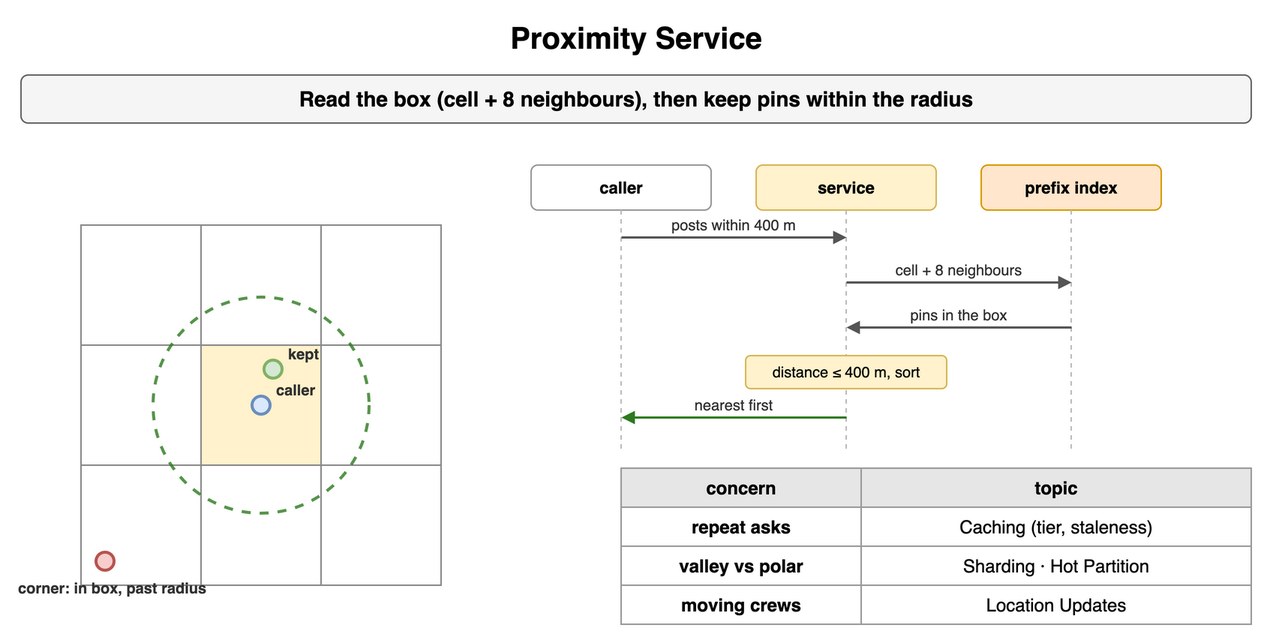
This is content/09_System_Design_Interview/20_Geospatial_and_Location_Based_Services/diagrams/geospatial-4-proximity-service.png from amendez13/swe-study-guide, a draw.io export, as it was before one commit. Source tidied: cells renumbered, new cells last; positions are measured from the earlier drawing's top-left corner, leaving out a move shared by most shapes. The source it was exported from:
```xml
<mxGraphModel>
  <root>
    <mxCell id="0" />
    <mxCell id="1" parent="0" />
    <mxCell id="2" value="Proximity Service" style="text;html=1;align=center;verticalAlign=middle;whiteSpace=wrap;fontSize=20;fontStyle=1;" parent="1" vertex="1">
      <mxGeometry x="4" width="820" height="30" as="geometry" />
    </mxCell>
    <mxCell id="3" value="Read the box (cell + 8 neighbours), then keep pins within the radius" style="rounded=1;whiteSpace=wrap;html=1;fillColor=#f5f5f5;strokeColor=#666666;fontStyle=1;fontSize=14;" parent="1" vertex="1">
      <mxGeometry x="4" y="40" width="820" height="32" as="geometry" />
    </mxCell>
    <mxCell id="4" style="rounded=0;whiteSpace=wrap;html=1;fillColor=#ffffff;strokeColor=#888888;fontSize=10;verticalAlign=top;align=left;spacingLeft=4;" parent="1" vertex="1">
      <mxGeometry x="44" y="300" width="80" height="80" as="geometry" />
    </mxCell>
    <mxCell id="5" style="rounded=0;whiteSpace=wrap;html=1;fillColor=#ffffff;strokeColor=#888888;fontSize=10;verticalAlign=top;align=left;spacingLeft=4;" parent="1" vertex="1">
      <mxGeometry x="44" y="220" width="80" height="80" as="geometry" />
    </mxCell>
    <mxCell id="6" style="rounded=0;whiteSpace=wrap;html=1;fillColor=#ffffff;strokeColor=#888888;fontSize=10;verticalAlign=top;align=left;spacingLeft=4;" parent="1" vertex="1">
      <mxGeometry x="44" y="140" width="80" height="80" as="geometry" />
    </mxCell>
    <mxCell id="7" style="rounded=0;whiteSpace=wrap;html=1;fillColor=#ffffff;strokeColor=#888888;fontSize=10;verticalAlign=top;align=left;spacingLeft=4;" parent="1" vertex="1">
      <mxGeometry x="124" y="300" width="80" height="80" as="geometry" />
    </mxCell>
    <mxCell id="8" style="rounded=0;whiteSpace=wrap;html=1;fillColor=#fff2cc;strokeColor=#888888;fontSize=10;verticalAlign=top;align=left;spacingLeft=4;" parent="1" vertex="1">
      <mxGeometry x="124" y="220" width="80" height="80" as="geometry" />
    </mxCell>
    <mxCell id="9" style="rounded=0;whiteSpace=wrap;html=1;fillColor=#ffffff;strokeColor=#888888;fontSize=10;verticalAlign=top;align=left;spacingLeft=4;" parent="1" vertex="1">
      <mxGeometry x="124" y="140" width="80" height="80" as="geometry" />
    </mxCell>
    <mxCell id="10" style="rounded=0;whiteSpace=wrap;html=1;fillColor=#ffffff;strokeColor=#888888;fontSize=10;verticalAlign=top;align=left;spacingLeft=4;" parent="1" vertex="1">
      <mxGeometry x="204" y="300" width="80" height="80" as="geometry" />
    </mxCell>
    <mxCell id="11" style="rounded=0;whiteSpace=wrap;html=1;fillColor=#ffffff;strokeColor=#888888;fontSize=10;verticalAlign=top;align=left;spacingLeft=4;" parent="1" vertex="1">
      <mxGeometry x="204" y="220" width="80" height="80" as="geometry" />
    </mxCell>
    <mxCell id="12" style="rounded=0;whiteSpace=wrap;html=1;fillColor=#ffffff;strokeColor=#888888;fontSize=10;verticalAlign=top;align=left;spacingLeft=4;" parent="1" vertex="1">
      <mxGeometry x="204" y="140" width="80" height="80" as="geometry" />
    </mxCell>
    <mxCell id="13" style="ellipse;fillColor=none;strokeColor=#2d7a1f;strokeWidth=2;dashed=1;opacity=80;" parent="1" vertex="1">
      <mxGeometry x="92" y="188" width="144" height="144" as="geometry" />
    </mxCell>
    <mxCell id="14" style="ellipse;fillColor=#dae8fc;strokeColor=#6c8ebf;strokeWidth=2;" parent="1" vertex="1">
      <mxGeometry x="158" y="254" width="12" height="12" as="geometry" />
    </mxCell>
    <mxCell id="15" value="caller" style="text;html=1;whiteSpace=wrap;fontSize=11;align=left;verticalAlign=middle;fontSize=10;fontColor=#333333;fontStyle=1;" parent="1" vertex="1">
      <mxGeometry x="172" y="242" width="120" height="16" as="geometry" />
    </mxCell>
    <mxCell id="16" style="ellipse;fillColor=#d5e8d4;strokeColor=#82b366;strokeWidth=2;" parent="1" vertex="1">
      <mxGeometry x="166" y="230" width="12" height="12" as="geometry" />
    </mxCell>
    <mxCell id="17" value="kept" style="text;html=1;whiteSpace=wrap;fontSize=11;align=left;verticalAlign=middle;fontSize=10;fontColor=#333333;fontStyle=1;" parent="1" vertex="1">
      <mxGeometry x="180" y="218" width="120" height="16" as="geometry" />
    </mxCell>
    <mxCell id="18" style="ellipse;fillColor=#f8cecc;strokeColor=#b85450;strokeWidth=2;" parent="1" vertex="1">
      <mxGeometry x="54" y="358" width="12" height="12" as="geometry" />
    </mxCell>
    <mxCell id="19" value="corner: in box, past radius" style="text;html=1;whiteSpace=wrap;fontSize=11;align=left;verticalAlign=middle;fontSize=10;fontColor=#333333;fontStyle=1;" parent="1" vertex="1">
      <mxGeometry y="374" width="160" height="16" as="geometry" />
    </mxCell>
    <mxCell id="20" value="caller" style="rounded=1;whiteSpace=wrap;html=1;fillColor=#ffffff;strokeColor=#999999;fontSize=11;align=center;fontStyle=1;" parent="1" vertex="1">
      <mxGeometry x="344" y="100" width="120" height="30" as="geometry" />
    </mxCell>
    <mxCell id="21" value="service" style="rounded=1;whiteSpace=wrap;html=1;fillColor=#fff2cc;strokeColor=#d6b656;fontSize=11;align=center;fontStyle=1;" parent="1" vertex="1">
      <mxGeometry x="494" y="100" width="120" height="30" as="geometry" />
    </mxCell>
    <mxCell id="22" value="prefix index" style="rounded=1;whiteSpace=wrap;html=1;fillColor=#ffe6cc;strokeColor=#d79b00;fontSize=11;align=center;fontStyle=1;" parent="1" vertex="1">
      <mxGeometry x="644" y="100" width="120" height="30" as="geometry" />
    </mxCell>
    <mxCell id="23" style="endArrow=none;html=1;strokeColor=#bbbbbb;dashed=1;" parent="1" edge="1">
      <mxGeometry relative="1" as="geometry">
        <mxPoint x="404" y="130" as="sourcePoint" />
        <mxPoint x="404" y="292" as="targetPoint" />
      </mxGeometry>
    </mxCell>
    <mxCell id="24" style="endArrow=none;html=1;strokeColor=#bbbbbb;dashed=1;" parent="1" edge="1">
      <mxGeometry relative="1" as="geometry">
        <mxPoint x="554" y="130" as="sourcePoint" />
        <mxPoint x="554" y="292" as="targetPoint" />
      </mxGeometry>
    </mxCell>
    <mxCell id="25" style="endArrow=none;html=1;strokeColor=#bbbbbb;dashed=1;" parent="1" edge="1">
      <mxGeometry relative="1" as="geometry">
        <mxPoint x="704" y="130" as="sourcePoint" />
        <mxPoint x="704" y="292" as="targetPoint" />
      </mxGeometry>
    </mxCell>
    <mxCell id="26" style="endArrow=block;endSize=6;html=1;strokeWidth=1.5;strokeColor=#555555;fontSize=11;labelBackgroundColor=#ffffff;endSize=5;" parent="1" edge="1">
      <mxGeometry relative="1" as="geometry">
        <mxPoint x="404" y="148" as="sourcePoint" />
        <mxPoint x="554" y="148" as="targetPoint" />
      </mxGeometry>
    </mxCell>
    <mxCell id="27" value="posts within 400 m" style="text;html=1;whiteSpace=wrap;fontSize=11;align=center;verticalAlign=middle;fontSize=10;fontColor=#333333;" parent="1" vertex="1">
      <mxGeometry x="408" y="132" width="142" height="15" as="geometry" />
    </mxCell>
    <mxCell id="28" style="endArrow=block;endSize=6;html=1;strokeWidth=1.5;strokeColor=#555555;fontSize=11;labelBackgroundColor=#ffffff;endSize=5;" parent="1" edge="1">
      <mxGeometry relative="1" as="geometry">
        <mxPoint x="554" y="178" as="sourcePoint" />
        <mxPoint x="704" y="178" as="targetPoint" />
      </mxGeometry>
    </mxCell>
    <mxCell id="29" value="cell + 8 neighbours" style="text;html=1;whiteSpace=wrap;fontSize=11;align=center;verticalAlign=middle;fontSize=10;fontColor=#333333;" parent="1" vertex="1">
      <mxGeometry x="558" y="162" width="142" height="15" as="geometry" />
    </mxCell>
    <mxCell id="30" style="endArrow=block;endSize=6;html=1;strokeWidth=1.5;strokeColor=#555555;fontSize=11;labelBackgroundColor=#ffffff;endSize=5;" parent="1" edge="1">
      <mxGeometry relative="1" as="geometry">
        <mxPoint x="704" y="208" as="sourcePoint" />
        <mxPoint x="554" y="208" as="targetPoint" />
      </mxGeometry>
    </mxCell>
    <mxCell id="31" value="pins in the box" style="text;html=1;whiteSpace=wrap;fontSize=11;align=center;verticalAlign=middle;fontSize=10;fontColor=#333333;" parent="1" vertex="1">
      <mxGeometry x="558" y="192" width="142" height="15" as="geometry" />
    </mxCell>
    <mxCell id="32" value="distance ≤ 400 m, sort" style="rounded=1;whiteSpace=wrap;html=1;fillColor=#fff2cc;strokeColor=#d6b656;fontSize=10;align=center;" parent="1" vertex="1">
      <mxGeometry x="487" y="227" width="134" height="22" as="geometry" />
    </mxCell>
    <mxCell id="33" style="endArrow=block;endSize=6;html=1;strokeWidth=1.5;strokeColor=#2d7a1f;fontSize=11;labelBackgroundColor=#ffffff;fontColor=#2d7a1f;fontStyle=1;endSize=5;" parent="1" edge="1">
      <mxGeometry relative="1" as="geometry">
        <mxPoint x="554" y="268" as="sourcePoint" />
        <mxPoint x="404" y="268" as="targetPoint" />
      </mxGeometry>
    </mxCell>
    <mxCell id="34" value="nearest first" style="text;html=1;whiteSpace=wrap;fontSize=11;align=center;verticalAlign=middle;fontSize=10;fontColor=#333333;" parent="1" vertex="1">
      <mxGeometry x="408" y="252" width="142" height="15" as="geometry" />
    </mxCell>
    <mxCell id="35" value="concern" style="whiteSpace=wrap;html=1;fillColor=#e6e6e6;strokeColor=#999999;fontStyle=1;fontSize=12;" parent="1" vertex="1">
      <mxGeometry x="404" y="302" width="160" height="26" as="geometry" />
    </mxCell>
    <mxCell id="36" value="topic" style="whiteSpace=wrap;html=1;fillColor=#e6e6e6;strokeColor=#999999;fontStyle=1;fontSize=12;" parent="1" vertex="1">
      <mxGeometry x="564" y="302" width="260" height="26" as="geometry" />
    </mxCell>
    <mxCell id="37" value="repeat asks" style="whiteSpace=wrap;html=1;strokeColor=#999999;fontSize=12;fillColor=#ffffff;fontStyle=1;" parent="1" vertex="1">
      <mxGeometry x="404" y="328" width="160" height="26" as="geometry" />
    </mxCell>
    <mxCell id="38" value="Caching (tier, staleness)" style="whiteSpace=wrap;html=1;strokeColor=#999999;fontSize=12;fillColor=#ffffff;" parent="1" vertex="1">
      <mxGeometry x="564" y="328" width="260" height="26" as="geometry" />
    </mxCell>
    <mxCell id="39" value="valley vs polar" style="whiteSpace=wrap;html=1;strokeColor=#999999;fontSize=12;fillColor=#ffffff;fontStyle=1;" parent="1" vertex="1">
      <mxGeometry x="404" y="354" width="160" height="26" as="geometry" />
    </mxCell>
    <mxCell id="40" value="Sharding · Hot Partition" style="whiteSpace=wrap;html=1;strokeColor=#999999;fontSize=12;fillColor=#ffffff;" parent="1" vertex="1">
      <mxGeometry x="564" y="354" width="260" height="26" as="geometry" />
    </mxCell>
    <mxCell id="41" value="moving crews" style="whiteSpace=wrap;html=1;strokeColor=#999999;fontSize=12;fillColor=#ffffff;fontStyle=1;" parent="1" vertex="1">
      <mxGeometry x="404" y="380" width="160" height="26" as="geometry" />
    </mxCell>
    <mxCell id="42" value="Location Updates" style="whiteSpace=wrap;html=1;strokeColor=#999999;fontSize=12;fillColor=#ffffff;" parent="1" vertex="1">
      <mxGeometry x="564" y="380" width="260" height="26" as="geometry" />
    </mxCell>
  </root>
</mxGraphModel>
```
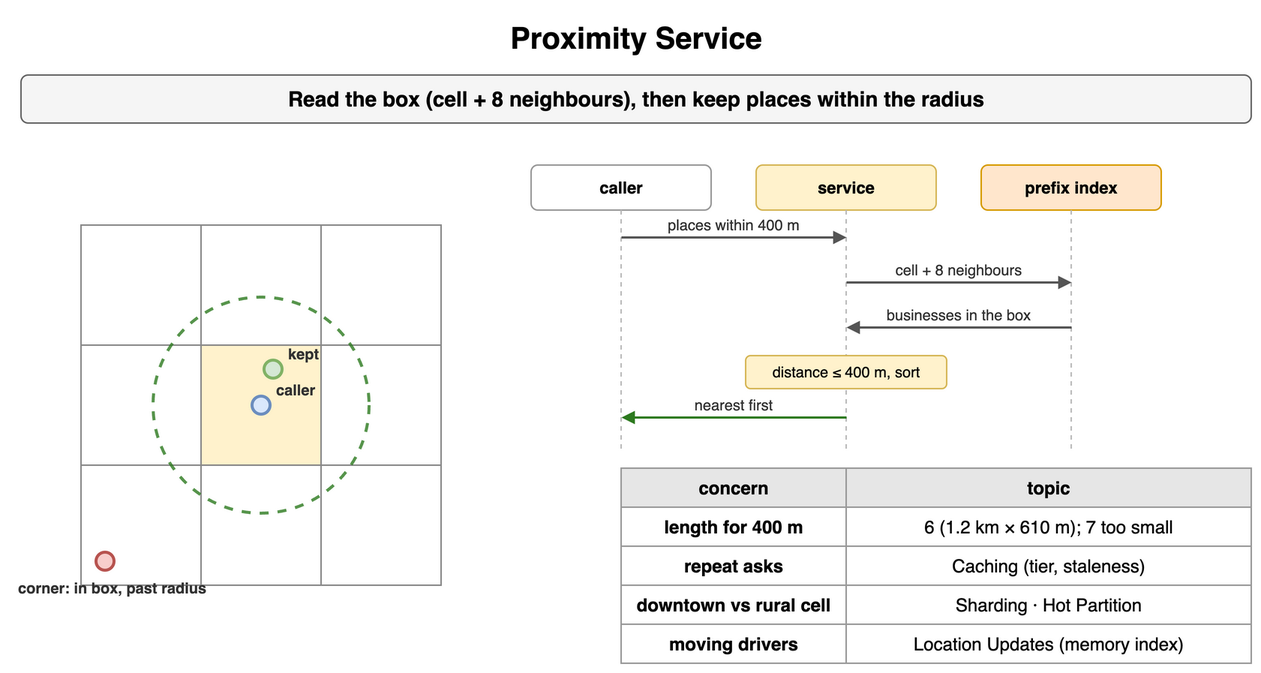
The same diagram one commit later.

Commit message:
docs(sdi): align geospatial diagrams with the plain-language cards

What changed in the source:
```diff
@@ -5,7 +5,7 @@
     <mxCell id="2" value="Proximity Service" style="text;html=1;align=center;verticalAlign=middle;whiteSpace=wrap;fontSize=20;fontStyle=1;" parent="1" vertex="1">
       <mxGeometry x="4" width="820" height="30" as="geometry" />
     </mxCell>
-    <mxCell id="3" value="Read the box (cell + 8 neighbours), then keep pins within the radius" style="rounded=1;whiteSpace=wrap;html=1;fillColor=#f5f5f5;strokeColor=#666666;fontStyle=1;fontSize=14;" parent="1" vertex="1">
+    <mxCell id="3" value="Read the box (cell + 8 neighbours), then keep places within the radius" style="rounded=1;whiteSpace=wrap;html=1;fillColor=#f5f5f5;strokeColor=#666666;fontStyle=1;fontSize=14;" parent="1" vertex="1">
       <mxGeometry x="4" y="40" width="820" height="32" as="geometry" />
     </mxCell>
     <mxCell id="4" style="rounded=0;whiteSpace=wrap;html=1;fillColor=#ffffff;strokeColor=#888888;fontSize=10;verticalAlign=top;align=left;spacingLeft=4;" parent="1" vertex="1">
@@ -89,7 +89,7 @@
         <mxPoint x="554" y="148" as="targetPoint" />
       </mxGeometry>
     </mxCell>
-    <mxCell id="27" value="posts within 400 m" style="text;html=1;whiteSpace=wrap;fontSize=11;align=center;verticalAlign=middle;fontSize=10;fontColor=#333333;" parent="1" vertex="1">
+    <mxCell id="27" value="places within 400 m" style="text;html=1;whiteSpace=wrap;fontSize=11;align=center;verticalAlign=middle;fontSize=10;fontColor=#333333;" parent="1" vertex="1">
       <mxGeometry x="408" y="132" width="142" height="15" as="geometry" />
     </mxCell>
     <mxCell id="28" style="endArrow=block;endSize=6;html=1;strokeWidth=1.5;strokeColor=#555555;fontSize=11;labelBackgroundColor=#ffffff;endSize=5;" parent="1" edge="1">
@@ -107,7 +107,7 @@
         <mxPoint x="554" y="208" as="targetPoint" />
       </mxGeometry>
     </mxCell>
-    <mxCell id="31" value="pins in the box" style="text;html=1;whiteSpace=wrap;fontSize=11;align=center;verticalAlign=middle;fontSize=10;fontColor=#333333;" parent="1" vertex="1">
+    <mxCell id="31" value="businesses in the box" style="text;html=1;whiteSpace=wrap;fontSize=11;align=center;verticalAlign=middle;fontSize=10;fontColor=#333333;" parent="1" vertex="1">
       <mxGeometry x="558" y="192" width="142" height="15" as="geometry" />
     </mxCell>
     <mxCell id="32" value="distance ≤ 400 m, sort" style="rounded=1;whiteSpace=wrap;html=1;fillColor=#fff2cc;strokeColor=#d6b656;fontSize=10;align=center;" parent="1" vertex="1">
@@ -123,28 +123,34 @@
       <mxGeometry x="408" y="252" width="142" height="15" as="geometry" />
     </mxCell>
     <mxCell id="35" value="concern" style="whiteSpace=wrap;html=1;fillColor=#e6e6e6;strokeColor=#999999;fontStyle=1;fontSize=12;" parent="1" vertex="1">
-      <mxGeometry x="404" y="302" width="160" height="26" as="geometry" />
+      <mxGeometry x="404" y="302" width="150" height="26" as="geometry" />
     </mxCell>
     <mxCell id="36" value="topic" style="whiteSpace=wrap;html=1;fillColor=#e6e6e6;strokeColor=#999999;fontStyle=1;fontSize=12;" parent="1" vertex="1">
-      <mxGeometry x="564" y="302" width="260" height="26" as="geometry" />
+      <mxGeometry x="554" y="302" width="270" height="26" as="geometry" />
     </mxCell>
-    <mxCell id="37" value="repeat asks" style="whiteSpace=wrap;html=1;strokeColor=#999999;fontSize=12;fillColor=#ffffff;fontStyle=1;" parent="1" vertex="1">
-      <mxGeometry x="404" y="328" width="160" height="26" as="geometry" />
+    <mxCell id="37" value="length for 400 m" style="whiteSpace=wrap;html=1;strokeColor=#999999;fontSize=12;fillColor=#ffffff;fontStyle=1;" parent="1" vertex="1">
+      <mxGeometry x="404" y="328" width="150" height="26" as="geometry" />
     </mxCell>
-    <mxCell id="38" value="Caching (tier, staleness)" style="whiteSpace=wrap;html=1;strokeColor=#999999;fontSize=12;fillColor=#ffffff;" parent="1" vertex="1">
-      <mxGeometry x="564" y="328" width="260" height="26" as="geometry" />
+    <mxCell id="38" value="6 (1.2 km × 610 m); 7 too small" style="whiteSpace=wrap;html=1;strokeColor=#999999;fontSize=12;fillColor=#ffffff;" parent="1" vertex="1">
+      <mxGeometry x="554" y="328" width="270" height="26" as="geometry" />
     </mxCell>
-    <mxCell id="39" value="valley vs polar" style="whiteSpace=wrap;html=1;strokeColor=#999999;fontSize=12;fillColor=#ffffff;fontStyle=1;" parent="1" vertex="1">
-      <mxGeometry x="404" y="354" width="160" height="26" as="geometry" />
+    <mxCell id="39" value="repeat asks" style="whiteSpace=wrap;html=1;strokeColor=#999999;fontSize=12;fillColor=#ffffff;fontStyle=1;" parent="1" vertex="1">
+      <mxGeometry x="404" y="354" width="150" height="26" as="geometry" />
     </mxCell>
-    <mxCell id="40" value="Sharding · Hot Partition" style="whiteSpace=wrap;html=1;strokeColor=#999999;fontSize=12;fillColor=#ffffff;" parent="1" vertex="1">
-      <mxGeometry x="564" y="354" width="260" height="26" as="geometry" />
+    <mxCell id="40" value="Caching (tier, staleness)" style="whiteSpace=wrap;html=1;strokeColor=#999999;fontSize=12;fillColor=#ffffff;" parent="1" vertex="1">
+      <mxGeometry x="554" y="354" width="270" height="26" as="geometry" />
     </mxCell>
-    <mxCell id="41" value="moving crews" style="whiteSpace=wrap;html=1;strokeColor=#999999;fontSize=12;fillColor=#ffffff;fontStyle=1;" parent="1" vertex="1">
-      <mxGeometry x="404" y="380" width="160" height="26" as="geometry" />
+    <mxCell id="41" value="downtown vs rural cell" style="whiteSpace=wrap;html=1;strokeColor=#999999;fontSize=12;fillColor=#ffffff;fontStyle=1;" parent="1" vertex="1">
+      <mxGeometry x="404" y="380" width="150" height="26" as="geometry" />
     </mxCell>
-    <mxCell id="42" value="Location Updates" style="whiteSpace=wrap;html=1;strokeColor=#999999;fontSize=12;fillColor=#ffffff;" parent="1" vertex="1">
-      <mxGeometry x="564" y="380" width="260" height="26" as="geometry" />
+    <mxCell id="42" value="Sharding · Hot Partition" style="whiteSpace=wrap;html=1;strokeColor=#999999;fontSize=12;fillColor=#ffffff;" parent="1" vertex="1">
+      <mxGeometry x="554" y="380" width="270" height="26" as="geometry" />
     </mxCell>
+    <mxCell id="43" value="moving drivers" style="whiteSpace=wrap;html=1;strokeColor=#999999;fontSize=12;fillColor=#ffffff;fontStyle=1;" parent="1" vertex="1">
+      <mxGeometry x="404" y="406" width="150" height="26" as="geometry" />
+    </mxCell>
+    <mxCell id="44" value="Location Updates (memory index)" style="whiteSpace=wrap;html=1;strokeColor=#999999;fontSize=12;fillColor=#ffffff;" parent="1" vertex="1">
+      <mxGeometry x="554" y="406" width="270" height="26" as="geometry" />
+    </mxCell>
   </root>
 </mxGraphModel>
```
